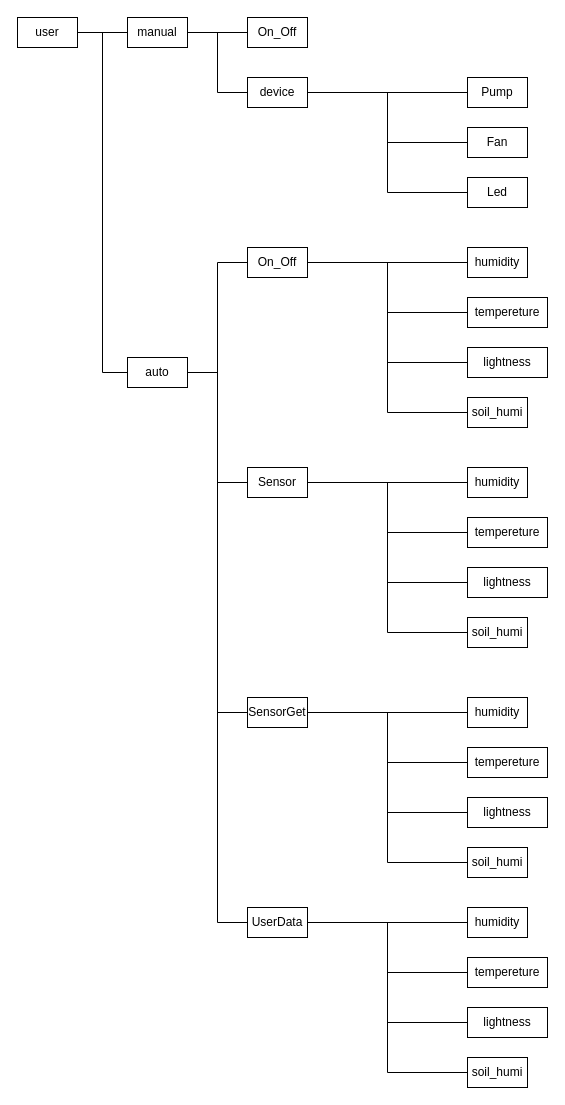
The draw.io diagram 6주차/데이터베이스_저장트리.drawio in sonmyungwon/Software-Development, before the edit. Source tidied: cells renumbered, new cells numbered last; positions are measured from the earlier drawing's top-left corner, leaving out a move shared by most shapes. Both pictures are drawn from the tidied source at 100%, with x=0, y=0 at pixel (17, 17).
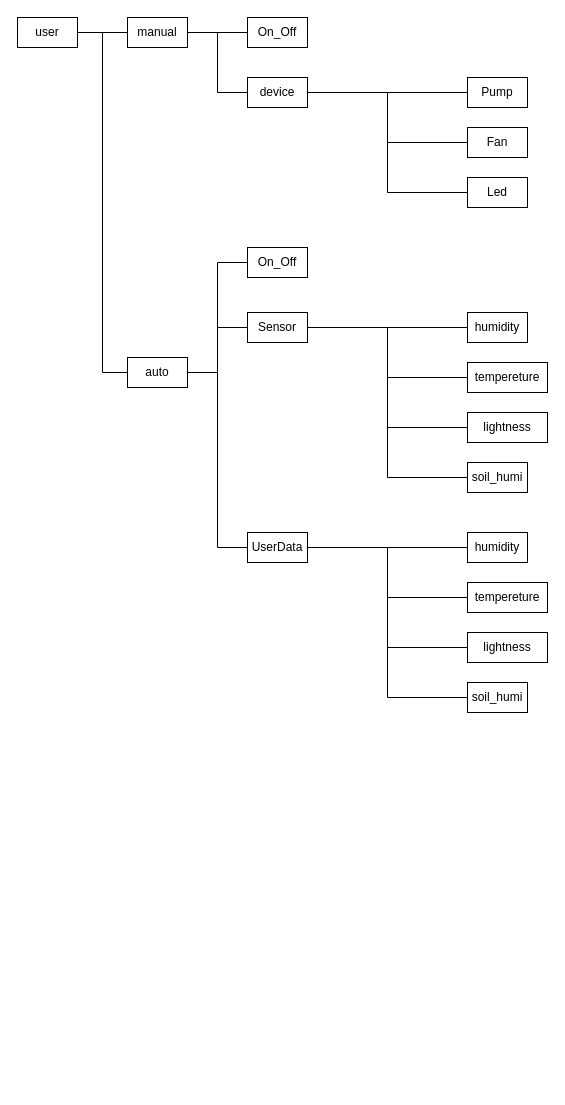
The same page after the edit.

Commit message:
데이터베이스_저장트리.drawio 업데이트

The change refers to these unchanged cells:
```xml
<mxCell id="9" value="auto" style="rounded=0;whiteSpace=wrap;html=1;" parent="1" vertex="1">
  <mxGeometry x="110" y="340" width="60" height="30" as="geometry" />
</mxCell>
<mxCell id="19" value="On_Off" style="rounded=0;whiteSpace=wrap;html=1;" parent="1" vertex="1">
  <mxGeometry x="230" y="230" width="60" height="30" as="geometry" />
</mxCell>
```

Change to the diagram source:
```diff
@@
     <mxCell id="14" value="Sensor" style="rounded=0;whiteSpace=wrap;html=1;" parent="1" vertex="1">
-      <mxGeometry x="230" y="450" width="60" height="30" as="geometry" />
+      <mxGeometry x="230" y="295" width="60" height="30" as="geometry" />
     </mxCell>
-    <mxCell id="15" style="edgeStyle=orthogonalEdgeStyle;rounded=0;jettySize=auto;html=1;exitX=1;exitY=0.5;exitDx=0;exitDy=0;entryX=0;entryY=0.5;entryDx=0;entryDy=0;endArrow=none;endFill=0;" parent="1" edge="1" source="19" target="33">
-      <mxGeometry relative="1" as="geometry" />
-    </mxCell>
-    <mxCell id="16" style="edgeStyle=orthogonalEdgeStyle;rounded=0;jettySize=auto;html=1;exitX=1;exitY=0.5;exitDx=0;exitDy=0;entryX=0;entryY=0.5;entryDx=0;entryDy=0;endArrow=none;endFill=0;" parent="1" edge="1" source="19" target="32">
-      <mxGeometry relative="1" as="geometry" />
-    </mxCell>
-    <mxCell id="17" style="edgeStyle=orthogonalEdgeStyle;rounded=0;jettySize=auto;html=1;exitX=1;exitY=0.5;exitDx=0;exitDy=0;entryX=0;entryY=0.5;entryDx=0;entryDy=0;endArrow=none;endFill=0;" parent="1" edge="1" source="19" target="34">
-      <mxGeometry relative="1" as="geometry" />
-    </mxCell>
-    <mxCell id="18" style="edgeStyle=orthogonalEdgeStyle;rounded=0;jettySize=auto;html=1;exitX=1;exitY=0.5;exitDx=0;exitDy=0;entryX=0;entryY=0.5;entryDx=0;entryDy=0;endArrow=none;endFill=0;" parent="1" edge="1" source="19" target="35">
-      <mxGeometry relative="1" as="geometry" />
-    </mxCell>
@@
-    <mxCell id="20" style="edgeStyle=orthogonalEdgeStyle;rounded=0;jettySize=auto;html=1;exitX=1;exitY=0.5;exitDx=0;exitDy=0;entryX=0;entryY=0.5;entryDx=0;entryDy=0;endArrow=none;endFill=0;" parent="1" edge="1" source="25" target="49">
-      <mxGeometry relative="1" as="geometry" />
-    </mxCell>
-    <mxCell id="21" style="edgeStyle=orthogonalEdgeStyle;rounded=0;jettySize=auto;html=1;exitX=1;exitY=0.5;exitDx=0;exitDy=0;entryX=0;entryY=0.5;entryDx=0;entryDy=0;endArrow=none;endFill=0;" parent="1" edge="1" source="25" target="48">
-      <mxGeometry relative="1" as="geometry" />
-    </mxCell>
-    <mxCell id="22" style="edgeStyle=orthogonalEdgeStyle;rounded=0;jettySize=auto;html=1;exitX=1;exitY=0.5;exitDx=0;exitDy=0;entryX=0;entryY=0.5;entryDx=0;entryDy=0;endArrow=none;endFill=0;" parent="1" edge="1" source="25" target="50">
-      <mxGeometry relative="1" as="geometry" />
-    </mxCell>
-    <mxCell id="23" style="edgeStyle=orthogonalEdgeStyle;rounded=0;jettySize=auto;html=1;exitX=1;exitY=0.5;exitDx=0;exitDy=0;entryX=0;entryY=0.5;entryDx=0;entryDy=0;endArrow=none;endFill=0;" parent="1" edge="1" source="25" target="51">
-      <mxGeometry relative="1" as="geometry" />
-    </mxCell>
-    <mxCell id="24" style="edgeStyle=orthogonalEdgeStyle;rounded=0;jettySize=auto;html=1;exitX=0;exitY=0.5;exitDx=0;exitDy=0;entryX=1;entryY=0.5;entryDx=0;entryDy=0;endArrow=none;endFill=0;" parent="1" edge="1" source="25" target="9">
-      <mxGeometry relative="1" as="geometry" />
-    </mxCell>
-    <mxCell id="25" value="SensorGet" style="rounded=0;whiteSpace=wrap;html=1;" parent="1" vertex="1">
-      <mxGeometry x="230" y="680" width="60" height="30" as="geometry" />
-    </mxCell>
@@
     <mxCell id="31" value="UserData" style="rounded=0;whiteSpace=wrap;html=1;" parent="1" vertex="1">
-      <mxGeometry x="230" y="890" width="60" height="30" as="geometry" />
+      <mxGeometry x="230" y="515" width="60" height="30" as="geometry" />
     </mxCell>
-    <mxCell id="32" value="tempereture" style="rounded=0;whiteSpace=wrap;html=1;" parent="1" vertex="1">
-      <mxGeometry x="450" y="280" width="80" height="30" as="geometry" />
-    </mxCell>
-    <mxCell id="33" value="humidity" style="rounded=0;whiteSpace=wrap;html=1;" parent="1" vertex="1">
-      <mxGeometry x="450" y="230" width="60" height="30" as="geometry" />
-    </mxCell>
-    <mxCell id="34" value="lightness" style="rounded=0;whiteSpace=wrap;html=1;" parent="1" vertex="1">
-      <mxGeometry x="450" y="330" width="80" height="30" as="geometry" />
-    </mxCell>
-    <mxCell id="35" value="soil_humi" style="rounded=0;whiteSpace=wrap;html=1;" parent="1" vertex="1">
-      <mxGeometry x="450" y="380" width="60" height="30" as="geometry" />
-    </mxCell>
@@
     <mxCell id="44" value="tempereture" style="rounded=0;whiteSpace=wrap;html=1;" parent="1" vertex="1">
-      <mxGeometry x="450" y="500" width="80" height="30" as="geometry" />
+      <mxGeometry x="450" y="345" width="80" height="30" as="geometry" />
     </mxCell>
     <mxCell id="45" value="humidity" style="rounded=0;whiteSpace=wrap;html=1;" parent="1" vertex="1">
-      <mxGeometry x="450" y="450" width="60" height="30" as="geometry" />
+      <mxGeometry x="450" y="295" width="60" height="30" as="geometry" />
     </mxCell>
     <mxCell id="46" value="lightness" style="rounded=0;whiteSpace=wrap;html=1;" parent="1" vertex="1">
-      <mxGeometry x="450" y="550" width="80" height="30" as="geometry" />
+      <mxGeometry x="450" y="395" width="80" height="30" as="geometry" />
     </mxCell>
     <mxCell id="47" value="soil_humi" style="rounded=0;whiteSpace=wrap;html=1;" parent="1" vertex="1">
-      <mxGeometry x="450" y="600" width="60" height="30" as="geometry" />
+      <mxGeometry x="450" y="445" width="60" height="30" as="geometry" />
     </mxCell>
-    <mxCell id="48" value="tempereture" style="rounded=0;whiteSpace=wrap;html=1;" parent="1" vertex="1">
-      <mxGeometry x="450" y="730" width="80" height="30" as="geometry" />
-    </mxCell>
-    <mxCell id="49" value="humidity" style="rounded=0;whiteSpace=wrap;html=1;" parent="1" vertex="1">
-      <mxGeometry x="450" y="680" width="60" height="30" as="geometry" />
-    </mxCell>
-    <mxCell id="50" value="lightness" style="rounded=0;whiteSpace=wrap;html=1;" parent="1" vertex="1">
-      <mxGeometry x="450" y="780" width="80" height="30" as="geometry" />
-    </mxCell>
-    <mxCell id="51" value="soil_humi" style="rounded=0;whiteSpace=wrap;html=1;" parent="1" vertex="1">
-      <mxGeometry x="450" y="830" width="60" height="30" as="geometry" />
-    </mxCell>
     <mxCell id="52" value="tempereture" style="rounded=0;whiteSpace=wrap;html=1;" parent="1" vertex="1">
-      <mxGeometry x="450" y="940" width="80" height="30" as="geometry" />
+      <mxGeometry x="450" y="565" width="80" height="30" as="geometry" />
     </mxCell>
     <mxCell id="53" value="humidity" style="rounded=0;whiteSpace=wrap;html=1;" parent="1" vertex="1">
-      <mxGeometry x="450" y="890" width="60" height="30" as="geometry" />
+      <mxGeometry x="450" y="515" width="60" height="30" as="geometry" />
     </mxCell>
     <mxCell id="54" value="lightness" style="rounded=0;whiteSpace=wrap;html=1;" parent="1" vertex="1">
-      <mxGeometry x="450" y="990" width="80" height="30" as="geometry" />
+      <mxGeometry x="450" y="615" width="80" height="30" as="geometry" />
     </mxCell>
     <mxCell id="55" value="soil_humi" style="rounded=0;whiteSpace=wrap;html=1;" parent="1" vertex="1">
-      <mxGeometry x="450" y="1040" width="60" height="30" as="geometry" />
+      <mxGeometry x="450" y="665" width="60" height="30" as="geometry" />
     </mxCell>
```
